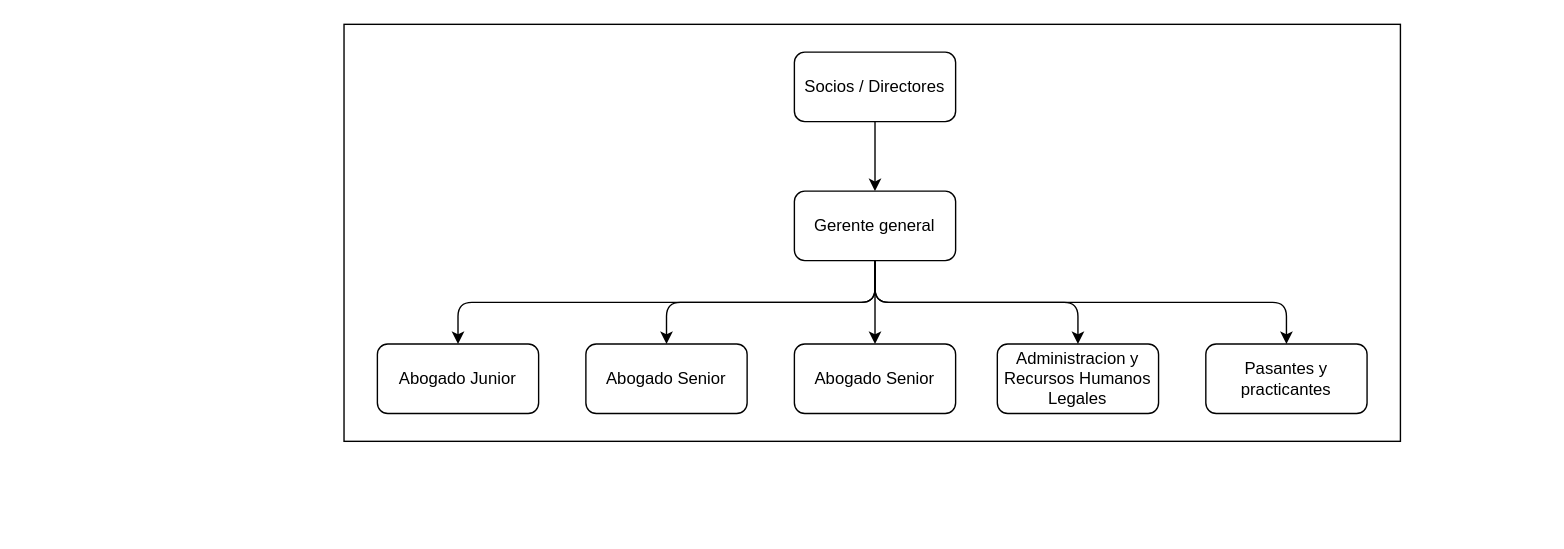
Earlier version of the draw.io diagram AS organigrama.drawio (Saturno0/Cole_5_2). Source tidied: cells renumbered, new cells numbered last; positions are measured from the earlier drawing's top-left corner, leaving out a move shared by most shapes. Both pictures are drawn from the tidied source at 139%, with x=0, y=0 at pixel (343, 24).
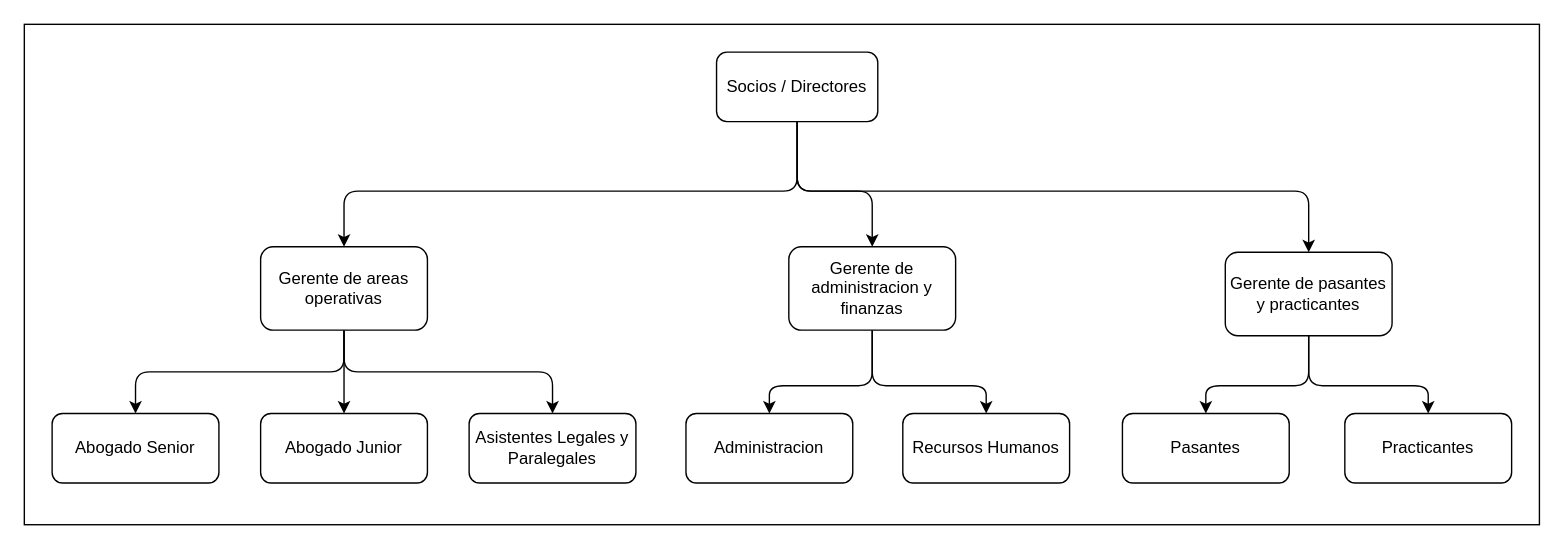
The same diagram, later.

Change to the diagram source:
```diff
@@
-    <mxCell id="2" style="rounded=0;whiteSpace=wrap;html=1;" parent="1" vertex="1">
-      <mxGeometry width="760" height="300" as="geometry" />
-    </mxCell>
-    <mxCell id="3" style="edgeStyle=none;html=1;exitX=0.5;exitY=1;exitDx=0;exitDy=0;entryX=0.5;entryY=0;entryDx=0;entryDy=0;" parent="1" edge="1" source="4" target="10">
-      <mxGeometry relative="1" as="geometry" />
-    </mxCell>
+    <mxCell id="16" style="rounded=0;whiteSpace=wrap;html=1;" parent="1" vertex="1">
+      <mxGeometry x="-230" width="1090" height="360" as="geometry" />
+    </mxCell>
+    <mxCell id="17" style="edgeStyle=none;html=1;entryX=0.5;entryY=0;entryDx=0;entryDy=0;exitX=0.5;exitY=1;exitDx=0;exitDy=0;" parent="1" edge="1" source="4" target="15">
+      <mxGeometry relative="1" as="geometry">
+        <Array as="points">
+          <mxPoint x="326" y="120" />
+          <mxPoint y="120" />
+        </Array>
+      </mxGeometry>
+    </mxCell>
+    <mxCell id="18" style="edgeStyle=none;html=1;exitX=0.5;exitY=1;exitDx=0;exitDy=0;entryX=0.5;entryY=0;entryDx=0;entryDy=0;" parent="1" edge="1" source="4" target="30">
+      <mxGeometry relative="1" as="geometry">
+        <Array as="points">
+          <mxPoint x="326" y="120" />
+          <mxPoint x="694" y="120" />
+        </Array>
+      </mxGeometry>
+    </mxCell>
+    <mxCell id="19" style="edgeStyle=none;html=1;exitX=0.5;exitY=1;exitDx=0;exitDy=0;entryX=0.5;entryY=0;entryDx=0;entryDy=0;" parent="1" edge="1" source="4" target="27">
+      <mxGeometry relative="1" as="geometry">
+        <Array as="points">
+          <mxPoint x="326" y="120" />
+          <mxPoint x="380" y="120" />
+        </Array>
+      </mxGeometry>
+    </mxCell>
     <mxCell id="4" value="Socios / Directores" style="rounded=1;whiteSpace=wrap;html=1;" parent="1" vertex="1">
-      <mxGeometry x="324" y="20" width="116" height="50" as="geometry" />
+      <mxGeometry x="268" y="20" width="116" height="50" as="geometry" />
     </mxCell>
-    <mxCell id="5" style="edgeStyle=none;html=1;exitX=0.5;exitY=1;exitDx=0;exitDy=0;entryX=0.5;entryY=0;entryDx=0;entryDy=0;" parent="1" edge="1" source="10" target="11">
-      <mxGeometry relative="1" as="geometry">
-        <Array as="points">
-          <mxPoint x="382" y="200" />
-          <mxPoint x="82" y="200" />
-        </Array>
-      </mxGeometry>
-    </mxCell>
-    <mxCell id="6" style="edgeStyle=none;html=1;exitX=0.5;exitY=1;exitDx=0;exitDy=0;entryX=0.5;entryY=0;entryDx=0;entryDy=0;" parent="1" edge="1" source="10" target="12">
-      <mxGeometry relative="1" as="geometry">
-        <Array as="points">
-          <mxPoint x="382" y="200" />
-          <mxPoint x="232" y="200" />
-        </Array>
-      </mxGeometry>
-    </mxCell>
-    <mxCell id="7" style="edgeStyle=none;html=1;exitX=0.5;exitY=1;exitDx=0;exitDy=0;entryX=0.5;entryY=0;entryDx=0;entryDy=0;" parent="1" edge="1" source="10" target="13">
-      <mxGeometry relative="1" as="geometry" />
-    </mxCell>
-    <mxCell id="8" style="edgeStyle=none;html=1;exitX=0.5;exitY=1;exitDx=0;exitDy=0;entryX=0.5;entryY=0;entryDx=0;entryDy=0;" parent="1" edge="1" source="10" target="14">
-      <mxGeometry relative="1" as="geometry">
-        <Array as="points">
-          <mxPoint x="382" y="200" />
-          <mxPoint x="528" y="200" />
-        </Array>
-      </mxGeometry>
-    </mxCell>
-    <mxCell id="9" style="edgeStyle=none;html=1;exitX=0.5;exitY=1;exitDx=0;exitDy=0;entryX=0.5;entryY=0;entryDx=0;entryDy=0;" parent="1" edge="1" source="10" target="15">
-      <mxGeometry relative="1" as="geometry">
-        <Array as="points">
-          <mxPoint x="382" y="200" />
-          <mxPoint x="678" y="200" />
-        </Array>
-      </mxGeometry>
-    </mxCell>
-    <mxCell id="10" value="Gerente general" style="rounded=1;whiteSpace=wrap;html=1;" parent="1" vertex="1">
-      <mxGeometry x="324" y="120" width="116" height="50" as="geometry" />
-    </mxCell>
+    <mxCell id="20" style="edgeStyle=none;html=1;entryX=0.5;entryY=0;entryDx=0;entryDy=0;" parent="1" edge="1" source="15" target="23">
+      <mxGeometry relative="1" as="geometry">
+        <Array as="points">
+          <mxPoint y="250" />
+          <mxPoint x="-150" y="250" />
+        </Array>
+      </mxGeometry>
+    </mxCell>
+    <mxCell id="21" style="edgeStyle=none;html=1;exitX=0.5;exitY=1;exitDx=0;exitDy=0;entryX=0.5;entryY=0;entryDx=0;entryDy=0;" parent="1" edge="1" source="15" target="11">
+      <mxGeometry relative="1" as="geometry" />
+    </mxCell>
+    <mxCell id="22" style="edgeStyle=none;html=1;exitX=0.5;exitY=1;exitDx=0;exitDy=0;entryX=0.5;entryY=0;entryDx=0;entryDy=0;" parent="1" edge="1" source="15" target="24">
+      <mxGeometry relative="1" as="geometry">
+        <Array as="points">
+          <mxPoint y="250" />
+          <mxPoint x="150" y="250" />
+        </Array>
+      </mxGeometry>
+    </mxCell>
+    <mxCell id="15" value="Gerente de areas operativas" style="whiteSpace=wrap;html=1;rounded=1;" parent="1" vertex="1">
+      <mxGeometry x="-60" y="160" width="120" height="60" as="geometry" />
+    </mxCell>
+    <mxCell id="23" value="Abogado Senior" style="whiteSpace=wrap;html=1;rounded=1;" parent="1" vertex="1">
+      <mxGeometry x="-210" y="280" width="120" height="50" as="geometry" />
+    </mxCell>
-    <mxCell id="11" value="Abogado Junior" style="rounded=1;whiteSpace=wrap;html=1;" parent="1" vertex="1">
-      <mxGeometry x="24" y="230" width="116" height="50" as="geometry" />
+    <mxCell id="11" value="Abogado Junior" style="whiteSpace=wrap;html=1;rounded=1;" parent="1" vertex="1">
+      <mxGeometry x="-60" y="280" width="120" height="50" as="geometry" />
     </mxCell>
-    <mxCell id="12" value="Abogado Senior" style="rounded=1;whiteSpace=wrap;html=1;" parent="1" vertex="1">
-      <mxGeometry x="174" y="230" width="116" height="50" as="geometry" />
-    </mxCell>
-    <mxCell id="13" value="Abogado Senior" style="rounded=1;whiteSpace=wrap;html=1;" parent="1" vertex="1">
-      <mxGeometry x="324" y="230" width="116" height="50" as="geometry" />
-    </mxCell>
-    <mxCell id="14" value="Administracion y Recursos Humanos Legales" style="rounded=1;whiteSpace=wrap;html=1;" parent="1" vertex="1">
-      <mxGeometry x="470" y="230" width="116" height="50" as="geometry" />
-    </mxCell>
-    <mxCell id="15" value="Pasantes y practicantes" style="rounded=1;whiteSpace=wrap;html=1;" parent="1" vertex="1">
-      <mxGeometry x="620" y="230" width="116" height="50" as="geometry" />
-    </mxCell>
+    <mxCell id="24" value="Asistentes Legales y Paralegales" style="whiteSpace=wrap;html=1;rounded=1;" parent="1" vertex="1">
+      <mxGeometry x="90" y="280" width="120" height="50" as="geometry" />
+    </mxCell>
+    <mxCell id="25" style="edgeStyle=none;html=1;exitX=0.5;exitY=1;exitDx=0;exitDy=0;entryX=0.5;entryY=0;entryDx=0;entryDy=0;" parent="1" edge="1" source="27" target="28">
+      <mxGeometry relative="1" as="geometry">
+        <Array as="points">
+          <mxPoint x="380" y="260" />
+          <mxPoint x="306" y="260" />
+        </Array>
+      </mxGeometry>
+    </mxCell>
+    <mxCell id="26" style="edgeStyle=none;html=1;exitX=0.5;exitY=1;exitDx=0;exitDy=0;entryX=0.5;entryY=0;entryDx=0;entryDy=0;" parent="1" edge="1" source="27" target="29">
+      <mxGeometry relative="1" as="geometry">
+        <Array as="points">
+          <mxPoint x="380" y="260" />
+          <mxPoint x="462" y="260" />
+        </Array>
+      </mxGeometry>
+    </mxCell>
+    <mxCell id="27" value="Gerente de administracion y finanzas" style="whiteSpace=wrap;html=1;rounded=1;" parent="1" vertex="1">
+      <mxGeometry x="320" y="160" width="120" height="60" as="geometry" />
+    </mxCell>
+    <mxCell id="28" value="Administracion" style="whiteSpace=wrap;html=1;rounded=1;" parent="1" vertex="1">
+      <mxGeometry x="246" y="280" width="120" height="50" as="geometry" />
+    </mxCell>
+    <mxCell id="29" value="Recursos Humanos" style="whiteSpace=wrap;html=1;rounded=1;" parent="1" vertex="1">
+      <mxGeometry x="402" y="280" width="120" height="50" as="geometry" />
+    </mxCell>
+    <mxCell id="30" value="Gerente de pasantes y practicantes" style="whiteSpace=wrap;html=1;rounded=1;" parent="1" vertex="1">
+      <mxGeometry x="634" y="164" width="120" height="60" as="geometry" />
+    </mxCell>
+    <mxCell id="31" style="edgeStyle=none;html=1;entryX=0.5;entryY=0;entryDx=0;entryDy=0;exitX=0.5;exitY=1;exitDx=0;exitDy=0;" parent="1" edge="1" source="30" target="33">
+      <mxGeometry relative="1" as="geometry">
+        <Array as="points">
+          <mxPoint x="694" y="260" />
+          <mxPoint x="620" y="260" />
+        </Array>
+      </mxGeometry>
+    </mxCell>
+    <mxCell id="32" style="edgeStyle=none;html=1;exitX=0.5;exitY=1;exitDx=0;exitDy=0;entryX=0.5;entryY=0;entryDx=0;entryDy=0;" parent="1" edge="1" source="30" target="34">
+      <mxGeometry relative="1" as="geometry">
+        <Array as="points">
+          <mxPoint x="694" y="260" />
+          <mxPoint x="780" y="260" />
+        </Array>
+      </mxGeometry>
+    </mxCell>
+    <mxCell id="33" value="Pasantes" style="whiteSpace=wrap;html=1;rounded=1;" parent="1" vertex="1">
+      <mxGeometry x="560" y="280" width="120" height="50" as="geometry" />
+    </mxCell>
+    <mxCell id="34" value="Practicantes" style="whiteSpace=wrap;html=1;rounded=1;" parent="1" vertex="1">
+      <mxGeometry x="720" y="280" width="120" height="50" as="geometry" />
+    </mxCell>
```
